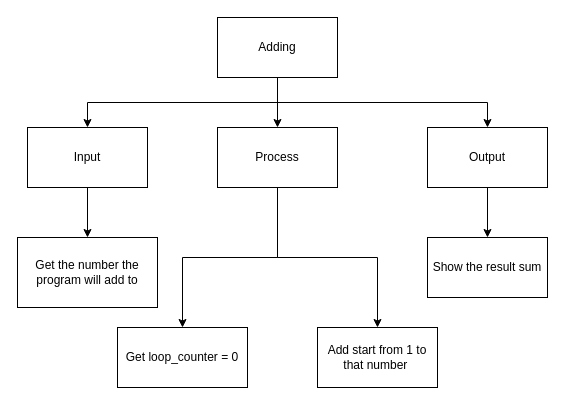
Above: design.top-down.drawio in Yiyun-Qin/ICS3U-Unit4-01-Python (draw.io), before the change. Source tidied: cells renumbered, new cells numbered last; positions are measured from the earlier drawing's top-left corner, leaving out a move shared by most shapes. Both pictures are drawn from the tidied source at 100%, with x=0, y=0 at pixel (17, 17).
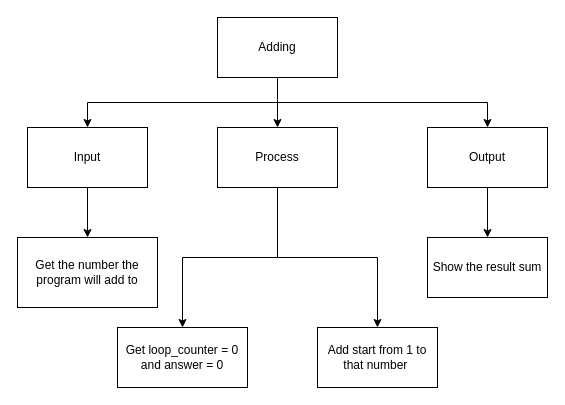
The same diagram, later.

The edit, as a diff of the source:
```diff
@@
 <mxGraphModel>
   <root>
     <mxCell id="0" />
     <mxCell id="1" parent="0" />
     <mxCell id="2" style="edgeStyle=orthogonalEdgeStyle;html=1;exitX=0.5;exitY=1;exitDx=0;exitDy=0;entryX=0.5;entryY=0;entryDx=0;entryDy=0;rounded=0;" parent="1" edge="1" source="5" target="7">
       <mxGeometry relative="1" as="geometry" />
     </mxCell>
     <mxCell id="3" style="edgeStyle=orthogonalEdgeStyle;rounded=0;html=1;exitX=0.5;exitY=1;exitDx=0;exitDy=0;entryX=0.5;entryY=0;entryDx=0;entryDy=0;" parent="1" edge="1" source="5" target="10">
       <mxGeometry relative="1" as="geometry" />
     </mxCell>
     <mxCell id="4" style="edgeStyle=orthogonalEdgeStyle;rounded=0;html=1;exitX=0.5;exitY=1;exitDx=0;exitDy=0;entryX=0.5;entryY=0;entryDx=0;entryDy=0;" parent="1" edge="1" source="5" target="12">
       <mxGeometry relative="1" as="geometry" />
     </mxCell>
     <mxCell id="5" value="Adding" style="rounded=0;whiteSpace=wrap;html=1;" parent="1" vertex="1">
       <mxGeometry x="200" width="120" height="60" as="geometry" />
     </mxCell>
     <mxCell id="6" style="edgeStyle=orthogonalEdgeStyle;rounded=0;html=1;exitX=0.5;exitY=1;exitDx=0;exitDy=0;entryX=0.5;entryY=0;entryDx=0;entryDy=0;" parent="1" edge="1" source="7" target="13">
       <mxGeometry relative="1" as="geometry" />
     </mxCell>
     <mxCell id="7" value="Input" style="rounded=0;whiteSpace=wrap;html=1;" parent="1" vertex="1">
       <mxGeometry x="10" y="110" width="120" height="60" as="geometry" />
     </mxCell>
     <mxCell id="8" style="edgeStyle=orthogonalEdgeStyle;rounded=0;html=1;exitX=0.5;exitY=1;exitDx=0;exitDy=0;entryX=0.5;entryY=0;entryDx=0;entryDy=0;" parent="1" edge="1" source="10" target="14">
       <mxGeometry relative="1" as="geometry" />
     </mxCell>
     <mxCell id="9" style="edgeStyle=orthogonalEdgeStyle;html=1;exitX=0.5;exitY=1;exitDx=0;exitDy=0;entryX=0.5;entryY=0;entryDx=0;entryDy=0;rounded=0;" parent="1" edge="1" source="10" target="16">
       <mxGeometry relative="1" as="geometry" />
     </mxCell>
     <mxCell id="10" value="Process" style="rounded=0;whiteSpace=wrap;html=1;" parent="1" vertex="1">
       <mxGeometry x="200" y="110" width="120" height="60" as="geometry" />
     </mxCell>
     <mxCell id="11" style="edgeStyle=orthogonalEdgeStyle;rounded=0;html=1;exitX=0.5;exitY=1;exitDx=0;exitDy=0;entryX=0.5;entryY=0;entryDx=0;entryDy=0;" parent="1" edge="1" source="12" target="15">
       <mxGeometry relative="1" as="geometry" />
     </mxCell>
     <mxCell id="12" value="Output" style="rounded=0;whiteSpace=wrap;html=1;" parent="1" vertex="1">
       <mxGeometry x="410" y="110" width="120" height="60" as="geometry" />
     </mxCell>
     <mxCell id="13" value="Get the number the program will add to" style="rounded=0;whiteSpace=wrap;html=1;" parent="1" vertex="1">
       <mxGeometry y="220" width="140" height="70" as="geometry" />
     </mxCell>
     <mxCell id="14" value="Add start from 1 to that number&amp;nbsp;" style="rounded=0;whiteSpace=wrap;html=1;" parent="1" vertex="1">
       <mxGeometry x="300" y="310" width="120" height="60" as="geometry" />
     </mxCell>
     <mxCell id="15" value="Show the result sum" style="rounded=0;whiteSpace=wrap;html=1;" parent="1" vertex="1">
       <mxGeometry x="410" y="220" width="120" height="60" as="geometry" />
     </mxCell>
-    <mxCell id="16" value="Get loop_counter = 0" style="rounded=0;whiteSpace=wrap;html=1;" parent="1" vertex="1">
+    <mxCell id="16" value="Get loop_counter = 0 and answer = 0" style="rounded=0;whiteSpace=wrap;html=1;" parent="1" vertex="1">
       <mxGeometry x="100" y="310" width="130" height="60" as="geometry" />
     </mxCell>
   </root>
 </mxGraphModel>
```
